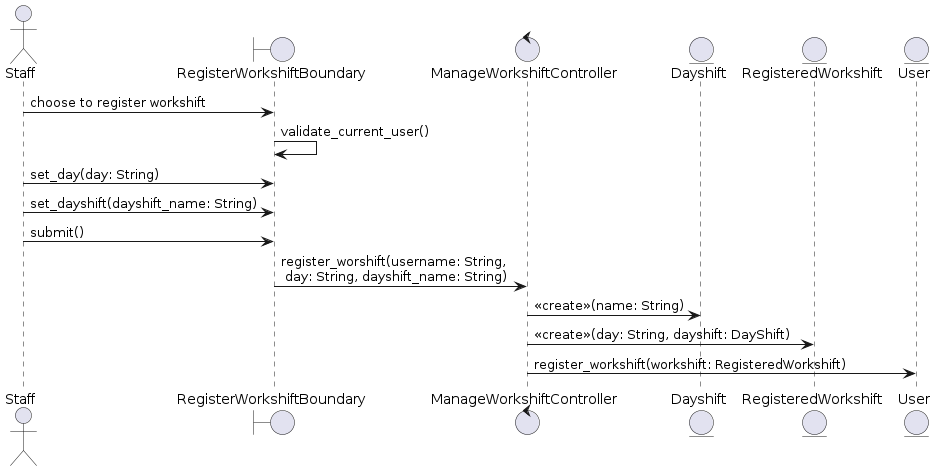
Before: docs/UML/Sequence Diagrams/register-workshift.png, a diagram exported from PlantUML (LapTQ/MCT). The source it was exported from:
```plantuml
@startuml

actor Staff as A
boundary RegisterWorkshiftBoundary as B2
control ManageWorkshiftController as C
entity Dayshift as E1
entity RegisteredWorkshift as E2
entity User as E3

A -> B2: choose to register workshift
B2 -> B2: validate_current_user()
A -> B2: set_day(day: String)
A -> B2: set_dayshift(dayshift_name: String)
A -> B2: submit()
B2 -> C: register_worshift(username: String, \n day: String, dayshift_name: String)
C -> E1: <<create>>(name: String)
C -> E2: <<create>>(day: String, dayshift: DayShift)
C -> E3: register_workshift(workshift: RegisteredWorkshift)



@enduml
```
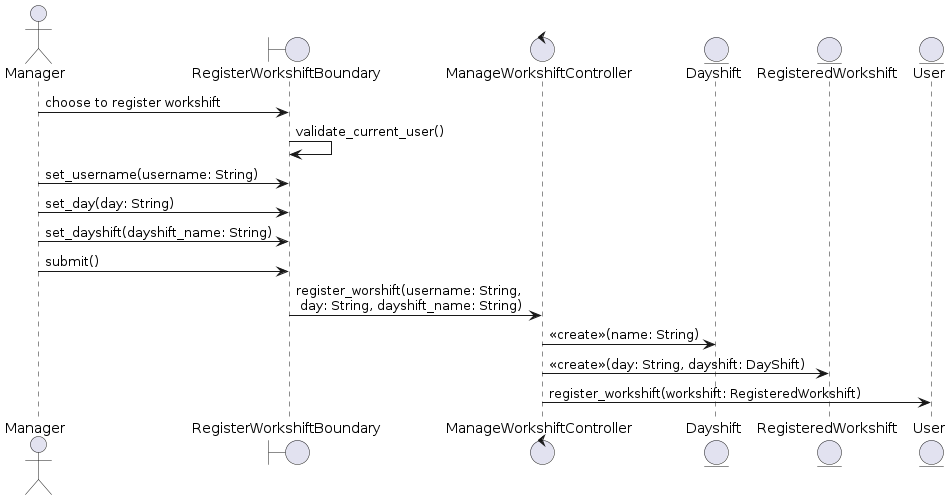
After the change.

Change to the diagram source:
```diff
@@ -1,6 +1,6 @@
 @startuml
 
-actor Staff as A
+actor Manager as A
 boundary RegisterWorkshiftBoundary as B2
 control ManageWorkshiftController as C
 entity Dayshift as E1
@@ -9,6 +9,7 @@
 
 A -> B2: choose to register workshift
 B2 -> B2: validate_current_user()
+A -> B2: set_username(username: String)
 A -> B2: set_day(day: String)
 A -> B2: set_dayshift(dayshift_name: String)
 A -> B2: submit()
```
